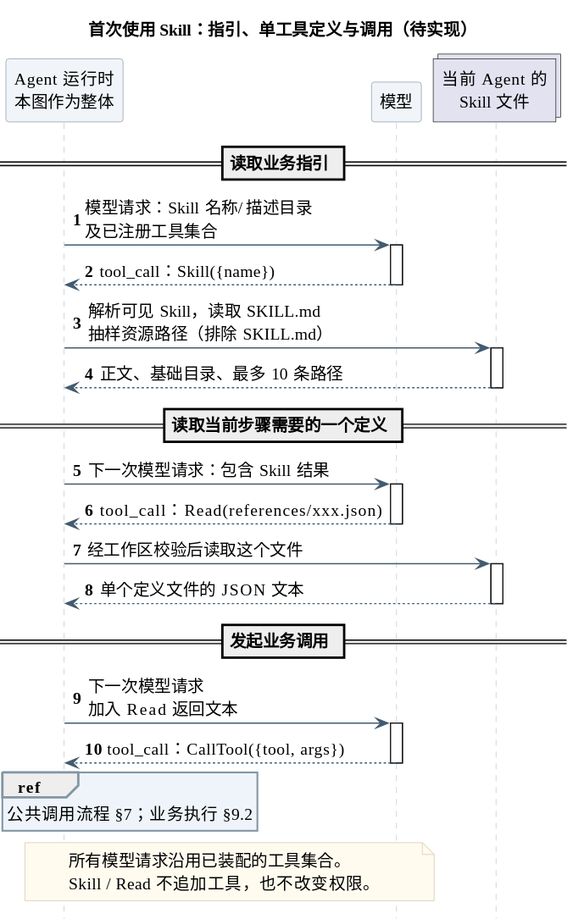
Above: 01-总体架构/02-CampusClaw工具系统/list_mate_tools_sequence.svg in ssm0808/pi-mono-java-design (PlantUML), before the change.
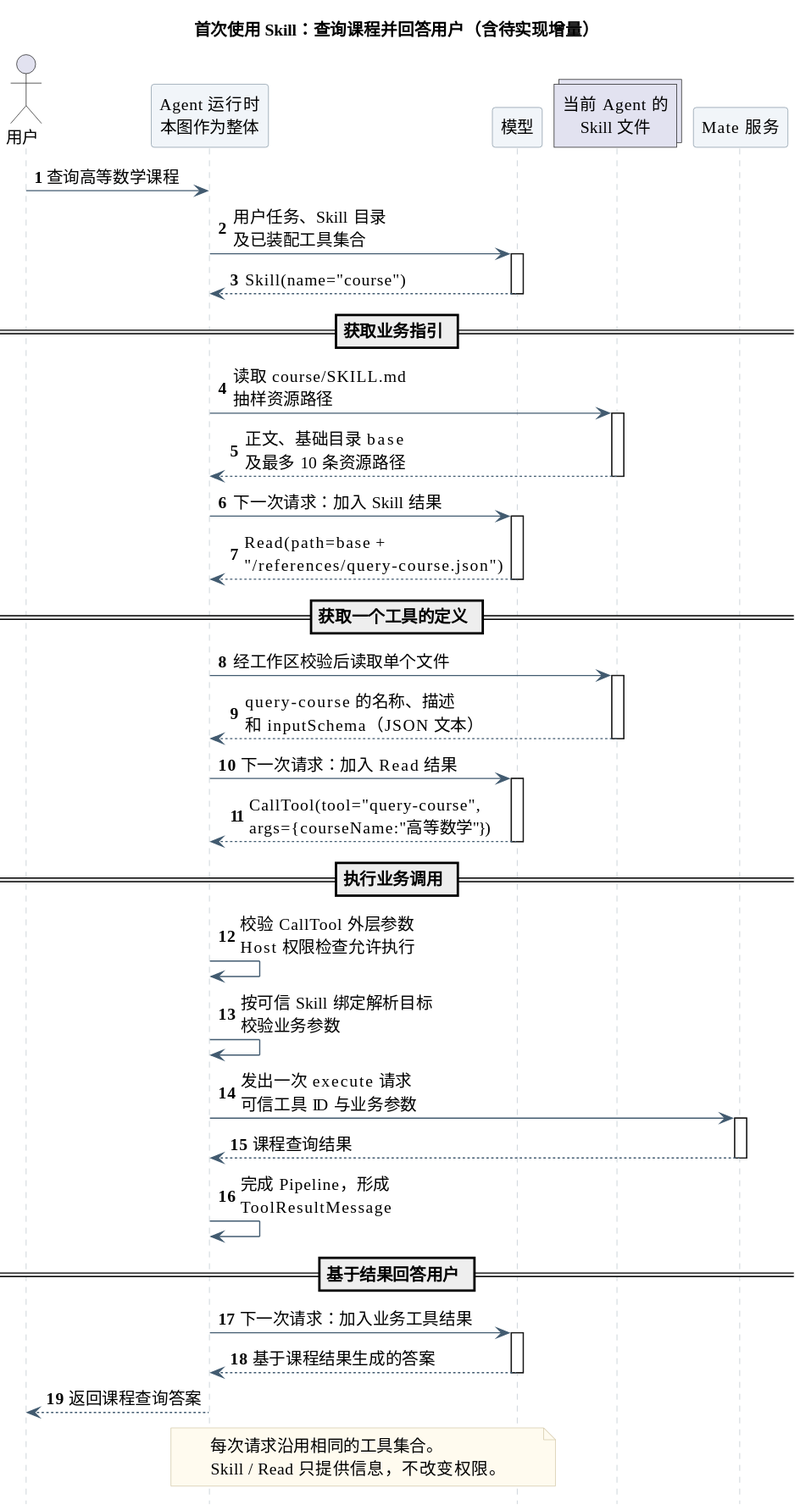
The same file after the commit.

Diff of the diagram source:
```diff
@@ -17,34 +17,44 @@
 skinparam noteBorderColor #D2C6A5
 hide footbox
 autonumber
+title 首次使用 Skill：查询课程并回答用户（含待实现增量）
 
-title 首次使用 Skill：指引、单工具定义与调用（待实现）
-
+actor "用户" as User
 participant "Agent 运行时\n本图作为整体" as Runtime
 participant "模型" as Model
 collections "当前 Agent 的\nSkill 文件" as Files
+participant "Mate 服务" as Mate
 
-== 读取业务指引 ==
-Runtime -> Model ++ : 模型请求：Skill 名称/描述目录\n及已注册工具集合
-Model --> Runtime -- : tool_call：Skill({name})
-Runtime -> Files ++ : 解析可见 Skill，读取 SKILL.md\n抽样资源路径（排除 SKILL.md）
-Files --> Runtime -- : 正文、基础目录、最多 10 条路径
+User -> Runtime : 查询高等数学课程
+Runtime -> Model ++ : 用户任务、Skill 目录\n及已装配工具集合
+Model --> Runtime -- : Skill(name="course")
 
-== 读取当前步骤需要的一个定义 ==
-Runtime -> Model ++ : 下一次模型请求：包含 Skill 结果
-Model --> Runtime -- : tool_call：Read(references/xxx.json)
-Runtime -> Files ++ : 经工作区校验后读取这个文件
-Files --> Runtime -- : 单个定义文件的 JSON 文本
+== 获取业务指引 ==
+Runtime -> Files ++ : 读取 course/SKILL.md\n抽样资源路径
+Files --> Runtime -- : 正文、基础目录 base\n及最多 10 条资源路径
+Runtime -> Model ++ : 下一次请求：加入 Skill 结果
+Model --> Runtime -- : Read(path=base +\n"/references/query-course.json")
 
-== 发起业务调用 ==
-Runtime -> Model ++ : 下一次模型请求\n加入 Read 返回文本
-Model --> Runtime -- : tool_call：CallTool({tool, args})
-ref over Runtime
-  公共调用流程 §7；业务执行 §9.2
-end ref
+== 获取一个工具的定义 ==
+Runtime -> Files ++ : 经工作区校验后读取单个文件
+Files --> Runtime -- : query-course 的名称、描述\n和 inputSchema（JSON 文本）
+Runtime -> Model ++ : 下一次请求：加入 Read 结果
+Model --> Runtime -- : CallTool(tool="query-course",\nargs={courseName:"高等数学"})
+
+== 执行业务调用 ==
+Runtime -> Runtime : 校验 CallTool 外层参数\nHost 权限检查允许执行
+Runtime -> Runtime : 按可信 Skill 绑定解析目标\n校验业务参数
+Runtime -> Mate ++ : 发出一次 execute 请求\n可信工具 ID 与业务参数
+Mate --> Runtime -- : 课程查询结果
+Runtime -> Runtime : 完成 Pipeline，形成 ToolResultMessage
+
+== 基于结果回答用户 ==
+Runtime -> Model ++ : 下一次请求：加入业务工具结果
+Model --> Runtime -- : 基于课程结果生成的答案
+Runtime --> User : 返回课程查询答案
 
 note over Runtime, Model
-  所有模型请求沿用已装配的工具集合。
-  Skill / Read 不追加工具，也不改变权限。
+  每次请求沿用相同的工具集合。
+  Skill / Read 只提供信息，不改变权限。
 end note
 @enduml
```
